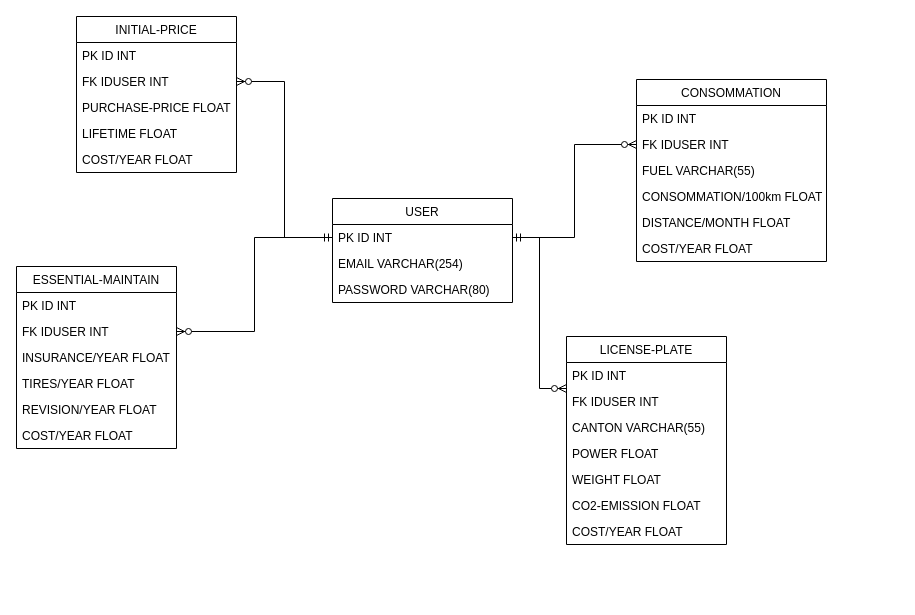
Before: page "MLD" (2 of 2) of SQL/Modélisation BDD.drawio in ThomasCPNV/CcubeProject, a draw.io diagram. Source tidied: cells renumbered, new cells numbered last; positions are measured from the earlier drawing's top-left corner, leaving out a move shared by most shapes. Both pictures are drawn from the tidied source at 100%, with x=0, y=0 at pixel (16, 16).
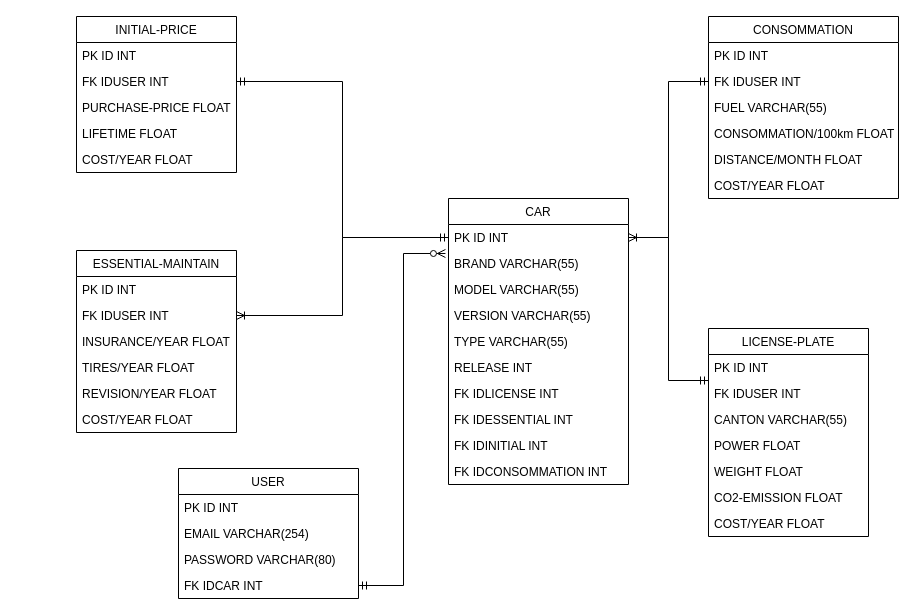
The same page after the edit.

The change refers to these unchanged cells:
```xml
<mxCell id="3" value="PK ID INT" style="text;strokeColor=none;fillColor=none;align=left;verticalAlign=top;spacingLeft=4;spacingRight=4;overflow=hidden;points=[[0,0.5],[1,0.5]];portConstraint=eastwest;" parent="2" vertex="1">
  <mxGeometry y="26" width="180" height="26" as="geometry" />
</mxCell>
<mxCell id="16" value="FK IDUSER INT" style="text;strokeColor=none;fillColor=none;align=left;verticalAlign=top;spacingLeft=4;spacingRight=4;overflow=hidden;points=[[0,0.5],[1,0.5]];portConstraint=eastwest;" parent="14" vertex="1">
  <mxGeometry y="52" width="160" height="26" as="geometry" />
</mxCell>
<mxCell id="23" value="FK IDUSER INT" style="text;strokeColor=none;fillColor=none;align=left;verticalAlign=top;spacingLeft=4;spacingRight=4;overflow=hidden;points=[[0,0.5],[1,0.5]];portConstraint=eastwest;" parent="21" vertex="1">
  <mxGeometry y="52" width="160" height="26" as="geometry" />
</mxCell>
<mxCell id="29" value="FK IDUSER INT" style="text;strokeColor=none;fillColor=none;align=left;verticalAlign=top;spacingLeft=4;spacingRight=4;overflow=hidden;points=[[0,0.5],[1,0.5]];portConstraint=eastwest;" parent="27" vertex="1">
  <mxGeometry y="52" width="190" height="26" as="geometry" />
</mxCell>
```

The edit, as a diff of the source:
```diff
@@
-    <mxCell id="2" value="USER" style="swimlane;fontStyle=0;horizontal=1;startSize=26;fillColor=none;" parent="1" vertex="1">
-      <mxGeometry x="316" y="182" width="180" height="104" as="geometry" />
+    <mxCell id="2" value="CAR" style="swimlane;fontStyle=0;horizontal=1;startSize=26;fillColor=none;" parent="1" vertex="1">
+      <mxGeometry x="432" y="182" width="180" height="286" as="geometry" />
     </mxCell>
@@
-    <mxCell id="4" value="EMAIL VARCHAR(254)" style="text;strokeColor=none;fillColor=none;align=left;verticalAlign=top;spacingLeft=4;spacingRight=4;overflow=hidden;" parent="2" vertex="1">
+    <mxCell id="4" value="BRAND VARCHAR(55)" style="text;strokeColor=none;fillColor=none;align=left;verticalAlign=top;spacingLeft=4;spacingRight=4;overflow=hidden;" parent="2" vertex="1">
       <mxGeometry y="52" width="180" height="26" as="geometry" />
     </mxCell>
-    <mxCell id="5" value="PASSWORD VARCHAR(80)" style="text;strokeColor=none;fillColor=none;align=left;verticalAlign=top;spacingLeft=4;spacingRight=4;overflow=hidden;" parent="2" vertex="1">
+    <mxCell id="5" value="MODEL VARCHAR(55)" style="text;strokeColor=none;fillColor=none;align=left;verticalAlign=top;spacingLeft=4;spacingRight=4;overflow=hidden;" parent="2" vertex="1">
       <mxGeometry y="78" width="180" height="26" as="geometry" />
     </mxCell>
+    <mxCell id="38" value="VERSION VARCHAR(55)" style="text;strokeColor=none;fillColor=none;align=left;verticalAlign=top;spacingLeft=4;spacingRight=4;overflow=hidden;" parent="2" vertex="1">
+      <mxGeometry y="104" width="180" height="26" as="geometry" />
+    </mxCell>
+    <mxCell id="39" value="TYPE VARCHAR(55)" style="text;strokeColor=none;fillColor=none;align=left;verticalAlign=top;spacingLeft=4;spacingRight=4;overflow=hidden;" parent="2" vertex="1">
+      <mxGeometry y="130" width="180" height="26" as="geometry" />
+    </mxCell>
+    <mxCell id="40" value="RELEASE INT" style="text;strokeColor=none;fillColor=none;align=left;verticalAlign=top;spacingLeft=4;spacingRight=4;overflow=hidden;" parent="2" vertex="1">
+      <mxGeometry y="156" width="180" height="26" as="geometry" />
+    </mxCell>
+    <mxCell id="41" value="FK IDLICENSE INT" style="text;strokeColor=none;fillColor=none;align=left;verticalAlign=top;spacingLeft=4;spacingRight=4;overflow=hidden;" parent="2" vertex="1">
+      <mxGeometry y="182" width="180" height="26" as="geometry" />
+    </mxCell>
+    <mxCell id="42" value="FK IDESSENTIAL INT" style="text;strokeColor=none;fillColor=none;align=left;verticalAlign=top;spacingLeft=4;spacingRight=4;overflow=hidden;" parent="2" vertex="1">
+      <mxGeometry y="208" width="180" height="26" as="geometry" />
+    </mxCell>
+    <mxCell id="43" value="FK IDINITIAL INT" style="text;strokeColor=none;fillColor=none;align=left;verticalAlign=top;spacingLeft=4;spacingRight=4;overflow=hidden;" parent="2" vertex="1">
+      <mxGeometry y="234" width="180" height="26" as="geometry" />
+    </mxCell>
+    <mxCell id="44" value="FK IDCONSOMMATION INT" style="text;strokeColor=none;fillColor=none;align=left;verticalAlign=top;spacingLeft=4;spacingRight=4;overflow=hidden;" parent="2" vertex="1">
+      <mxGeometry y="260" width="180" height="26" as="geometry" />
+    </mxCell>
     <mxCell id="6" value="LICENSE-PLATE" style="swimlane;fontStyle=0;horizontal=1;startSize=26;fillColor=none;" parent="1" vertex="1">
-      <mxGeometry x="550" y="320" width="160" height="208" as="geometry" />
+      <mxGeometry x="692" y="312" width="160" height="208" as="geometry" />
     </mxCell>
@@
     <mxCell id="14" value="ESSENTIAL-MAINTAIN" style="swimlane;fontStyle=0;horizontal=1;startSize=26;fillColor=none;" parent="1" vertex="1">
-      <mxGeometry y="250" width="160" height="182" as="geometry" />
+      <mxGeometry x="60" y="234" width="160" height="182" as="geometry" />
     </mxCell>
@@
     <mxCell id="27" value="CONSOMMATION" style="swimlane;fontStyle=0;horizontal=1;startSize=26;fillColor=none;" parent="1" vertex="1">
-      <mxGeometry x="620" y="63" width="190" height="182" as="geometry" />
+      <mxGeometry x="692" width="190" height="182" as="geometry" />
     </mxCell>
@@
-    <mxCell id="34" style="edgeStyle=orthogonalEdgeStyle;rounded=0;jettySize=auto;html=1;entryX=1;entryY=0.5;entryDx=0;entryDy=0;exitX=0;exitY=0.5;exitDx=0;exitDy=0;endArrow=ERzeroToMany;endFill=1;" parent="1" edge="1" source="3" target="23">
+    <mxCell id="34" style="edgeStyle=orthogonalEdgeStyle;rounded=0;jettySize=auto;html=1;entryX=1;entryY=0.5;entryDx=0;entryDy=0;exitX=0;exitY=0.5;exitDx=0;exitDy=0;endArrow=ERmandOne;endFill=0;" parent="1" edge="1" source="3" target="23">
       <mxGeometry relative="1" as="geometry" />
     </mxCell>
-    <mxCell id="35" style="edgeStyle=orthogonalEdgeStyle;rounded=0;jettySize=auto;html=1;exitX=0;exitY=0.5;exitDx=0;exitDy=0;endArrow=ERzeroToMany;endFill=1;startArrow=ERmandOne;startFill=0;" parent="1" edge="1" source="3" target="16">
+    <mxCell id="35" style="edgeStyle=orthogonalEdgeStyle;rounded=0;jettySize=auto;html=1;exitX=0;exitY=0.5;exitDx=0;exitDy=0;endArrow=ERoneToMany;endFill=0;startArrow=ERmandOne;startFill=0;" parent="1" edge="1" source="3" target="16">
       <mxGeometry relative="1" as="geometry" />
     </mxCell>
-    <mxCell id="36" style="edgeStyle=orthogonalEdgeStyle;rounded=0;jettySize=auto;html=1;exitX=1;exitY=0.5;exitDx=0;exitDy=0;entryX=0;entryY=0.5;entryDx=0;entryDy=0;endArrow=ERzeroToMany;endFill=1;startArrow=ERmandOne;startFill=0;" parent="1" edge="1" source="3" target="29">
+    <mxCell id="36" style="edgeStyle=orthogonalEdgeStyle;rounded=0;jettySize=auto;html=1;exitX=1;exitY=0.5;exitDx=0;exitDy=0;entryX=0;entryY=0.5;entryDx=0;entryDy=0;endArrow=ERmandOne;endFill=0;startArrow=ERoneToMany;startFill=0;" parent="1" edge="1" source="3" target="29">
       <mxGeometry relative="1" as="geometry" />
     </mxCell>
-    <mxCell id="37" style="edgeStyle=orthogonalEdgeStyle;rounded=0;jettySize=auto;html=1;exitX=1;exitY=0.5;exitDx=0;exitDy=0;entryX=0;entryY=0.25;entryDx=0;entryDy=0;endArrow=ERzeroToMany;endFill=1;" parent="1" edge="1" source="3" target="6">
+    <mxCell id="37" style="edgeStyle=orthogonalEdgeStyle;rounded=0;jettySize=auto;html=1;exitX=1;exitY=0.5;exitDx=0;exitDy=0;entryX=0;entryY=0.25;entryDx=0;entryDy=0;endArrow=ERmandOne;endFill=0;" parent="1" edge="1" source="3" target="6">
       <mxGeometry relative="1" as="geometry" />
     </mxCell>
+    <mxCell id="45" value="USER" style="swimlane;fontStyle=0;horizontal=1;startSize=26;fillColor=none;" parent="1" vertex="1">
+      <mxGeometry x="162" y="452" width="180" height="130" as="geometry" />
+    </mxCell>
+    <mxCell id="46" value="PK ID INT" style="text;strokeColor=none;fillColor=none;align=left;verticalAlign=top;spacingLeft=4;spacingRight=4;overflow=hidden;" parent="45" vertex="1">
+      <mxGeometry y="26" width="180" height="26" as="geometry" />
+    </mxCell>
+    <mxCell id="47" value="EMAIL VARCHAR(254)" style="text;strokeColor=none;fillColor=none;align=left;verticalAlign=top;spacingLeft=4;spacingRight=4;overflow=hidden;" parent="45" vertex="1">
+      <mxGeometry y="52" width="180" height="26" as="geometry" />
+    </mxCell>
+    <mxCell id="48" value="PASSWORD VARCHAR(80)" style="text;strokeColor=none;fillColor=none;align=left;verticalAlign=top;spacingLeft=4;spacingRight=4;overflow=hidden;" parent="45" vertex="1">
+      <mxGeometry y="78" width="180" height="26" as="geometry" />
+    </mxCell>
+    <mxCell id="49" value="FK IDCAR INT" style="text;strokeColor=none;fillColor=none;align=left;verticalAlign=top;spacingLeft=4;spacingRight=4;overflow=hidden;points=[[0,0.5],[1,0.5]];portConstraint=eastwest;" parent="45" vertex="1">
+      <mxGeometry y="104" width="180" height="26" as="geometry" />
+    </mxCell>
+    <mxCell id="50" style="edgeStyle=orthogonalEdgeStyle;rounded=0;jettySize=auto;html=1;exitX=1;exitY=0.5;exitDx=0;exitDy=0;startArrow=ERmandOne;startFill=0;endArrow=ERzeroToMany;endFill=1;entryX=-0.017;entryY=1.115;entryDx=0;entryDy=0;entryPerimeter=0;" parent="1" edge="1" source="49" target="3">
+      <mxGeometry relative="1" as="geometry" />
+    </mxCell>
```
